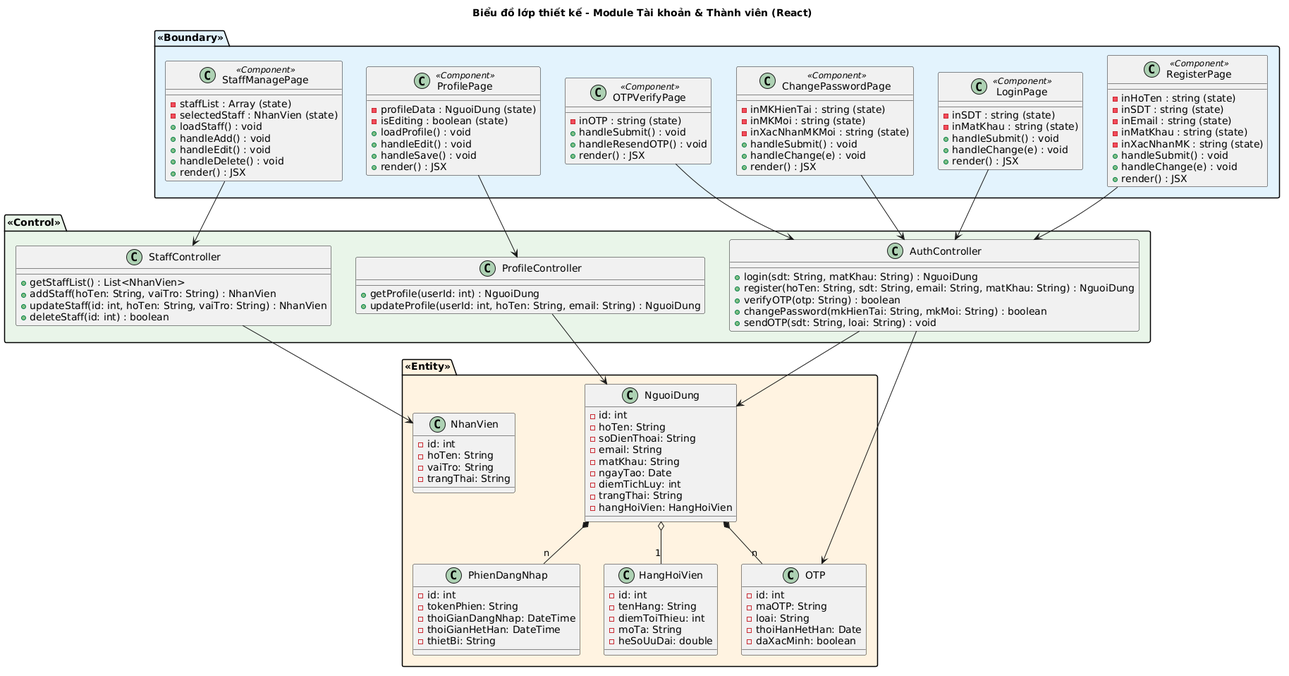
This is output/diagrams/account_mvc_class.png from thanhtrnnn/cnpm, a PlantUML export, as it was before one commit.
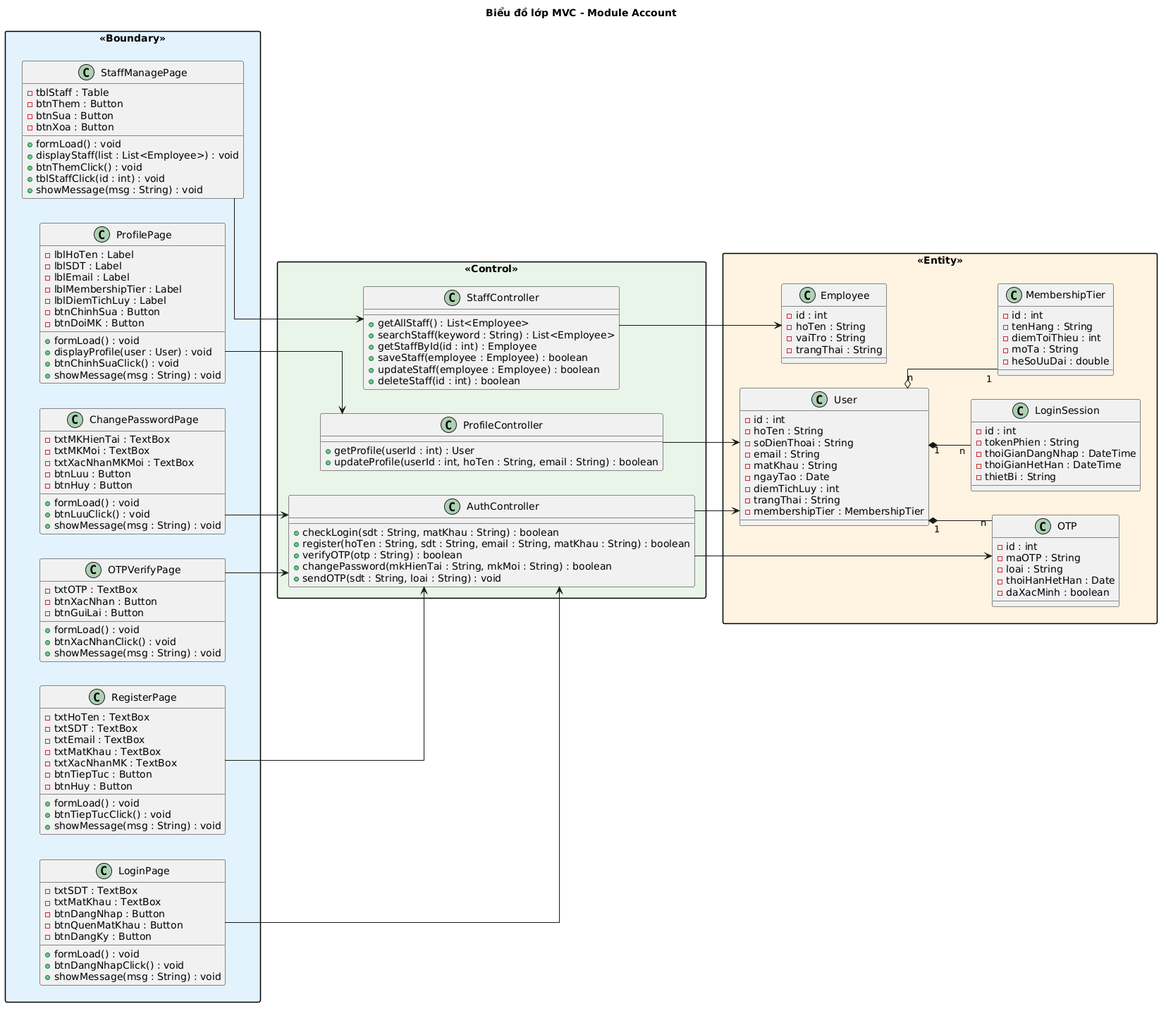
Above is the later version.

Diff of the diagram source:
```diff
@@ -1,115 +1,144 @@
 @startuml
-title Biểu đồ lớp thiết kế - Module Tài khoản & Thành viên (React)
+title Biểu đồ lớp MVC - Module Account
+
+left to right direction
+skinparam linetype ortho
+skinparam packageStyle rectangle
+skinparam packageMaxWidth 800
 
 package "<<Boundary>>" #E3F2FD {
-  class LoginPage <<Component>> {
-    -inSDT : string (state)
-    -inMatKhau : string (state)
-    +handleSubmit() : void
-    +handleChange(e) : void
-    +render() : JSX
+  together {
+    class LoginPage {
+      -txtSDT : TextBox
+      -txtMatKhau : TextBox
+      -btnDangNhap : Button
+      -btnQuenMatKhau : Button
+      -btnDangKy : Button
+      +formLoad() : void
+      +btnDangNhapClick() : void
+      +showMessage(msg : String) : void
+    }
+    class RegisterPage {
+      -txtHoTen : TextBox
+      -txtSDT : TextBox
+      -txtEmail : TextBox
+      -txtMatKhau : TextBox
+      -txtXacNhanMK : TextBox
+      -btnTiepTuc : Button
+      -btnHuy : Button
+      +formLoad() : void
+      +btnTiepTucClick() : void
+      +showMessage(msg : String) : void
+    }
+    class OTPVerifyPage {
+      -txtOTP : TextBox
+      -btnXacNhan : Button
+      -btnGuiLai : Button
+      +formLoad() : void
+      +btnXacNhanClick() : void
+      +showMessage(msg : String) : void
+    }
   }
-  class RegisterPage <<Component>> {
-    -inHoTen : string (state)
-    -inSDT : string (state)
-    -inEmail : string (state)
-    -inMatKhau : string (state)
-    -inXacNhanMK : string (state)
-    +handleSubmit() : void
-    +handleChange(e) : void
-    +render() : JSX
-  }
-  class OTPVerifyPage <<Component>> {
-    -inOTP : string (state)
-    +handleSubmit() : void
-    +handleResendOTP() : void
-    +render() : JSX
-  }
-  class ChangePasswordPage <<Component>> {
-    -inMKHienTai : string (state)
-    -inMKMoi : string (state)
-    -inXacNhanMKMoi : string (state)
-    +handleSubmit() : void
-    +handleChange(e) : void
-    +render() : JSX
-  }
-  class ProfilePage <<Component>> {
-    -profileData : NguoiDung (state)
-    -isEditing : boolean (state)
-    +loadProfile() : void
-    +handleEdit() : void
-    +handleSave() : void
-    +render() : JSX
-  }
-  class StaffManagePage <<Component>> {
-    -staffList : Array (state)
-    -selectedStaff : NhanVien (state)
-    +loadStaff() : void
-    +handleAdd() : void
-    +handleEdit() : void
-    +handleDelete() : void
-    +render() : JSX
+  together {
+    class ChangePasswordPage {
+      -txtMKHienTai : TextBox
+      -txtMKMoi : TextBox
+      -txtXacNhanMKMoi : TextBox
+      -btnLuu : Button
+      -btnHuy : Button
+      +formLoad() : void
+      +btnLuuClick() : void
+      +showMessage(msg : String) : void
+    }
+    class ProfilePage {
+      -lblHoTen : Label
+      -lblSDT : Label
+      -lblEmail : Label
+      -lblMembershipTier : Label
+      -lblDiemTichLuy : Label
+      -btnChinhSua : Button
+      -btnDoiMK : Button
+      +formLoad() : void
+      +displayProfile(user : User) : void
+      +btnChinhSuaClick() : void
+      +showMessage(msg : String) : void
+    }
+    class StaffManagePage {
+      -tblStaff : Table
+      -btnThem : Button
+      -btnSua : Button
+      -btnXoa : Button
+      +formLoad() : void
+      +displayStaff(list : List<Employee>) : void
+      +btnThemClick() : void
+      +tblStaffClick(id : int) : void
+      +showMessage(msg : String) : void
+    }
   }
 }
 
 package "<<Control>>" #E8F5E9 {
   class AuthController {
-    +login(sdt: String, matKhau: String) : NguoiDung
-    +register(hoTen: String, sdt: String, email: String, matKhau: String) : NguoiDung
-    +verifyOTP(otp: String) : boolean
-    +changePassword(mkHienTai: String, mkMoi: String) : boolean
-    +sendOTP(sdt: String, loai: String) : void
+    +checkLogin(sdt : String, matKhau : String) : boolean
+    +register(hoTen : String, sdt : String, email : String, matKhau : String) : boolean
+    +verifyOTP(otp : String) : boolean
+    +changePassword(mkHienTai : String, mkMoi : String) : boolean
+    +sendOTP(sdt : String, loai : String) : void
   }
   class ProfileController {
-    +getProfile(userId: int) : NguoiDung
-    +updateProfile(userId: int, hoTen: String, email: String) : NguoiDung
+    +getProfile(userId : int) : User
+    +updateProfile(userId : int, hoTen : String, email : String) : boolean
   }
   class StaffController {
-    +getStaffList() : List<NhanVien>
-    +addStaff(hoTen: String, vaiTro: String) : NhanVien
-    +updateStaff(id: int, hoTen: String, vaiTro: String) : NhanVien
-    +deleteStaff(id: int) : boolean
+    +getAllStaff() : List<Employee>
+    +searchStaff(keyword : String) : List<Employee>
+    +getStaffById(id : int) : Employee
+    +saveStaff(employee : Employee) : boolean
+    +updateStaff(employee : Employee) : boolean
+    +deleteStaff(id : int) : boolean
   }
 }
 
 package "<<Entity>>" #FFF3E0 {
-  class NguoiDung {
-    -id: int
-    -hoTen: String
-    -soDienThoai: String
-    -email: String
-    -matKhau: String
-    -ngayTao: Date
-    -diemTichLuy: int
-    -trangThai: String
-    -hangHoiVien: HangHoiVien
-  }
-  class HangHoiVien {
-    -id: int
-    -tenHang: String
-    -diemToiThieu: int
-    -moTa: String
-    -heSoUuDai: double
-  }
-  class OTP {
-    -id: int
-    -maOTP: String
-    -loai: String
-    -thoiHanHetHan: Date
-    -daXacMinh: boolean
-  }
-  class PhienDangNhap {
-    -id: int
-    -tokenPhien: String
-    -thoiGianDangNhap: DateTime
-    -thoiGianHetHan: DateTime
-    -thietBi: String
-  }
-  class NhanVien {
-    -id: int
-    -hoTen: String
-    -vaiTro: String
-    -trangThai: String
+  together {
+    class User {
+      -id : int
+      -hoTen : String
+      -soDienThoai : String
+      -email : String
+      -matKhau : String
+      -ngayTao : Date
+      -diemTichLuy : int
+      -trangThai : String
+      -membershipTier : MembershipTier
+    }
+    class MembershipTier {
+      -id : int
+      -tenHang : String
+      -diemToiThieu : int
+      -moTa : String
+      -heSoUuDai : double
+    }
+    class OTP {
+      -id : int
+      -maOTP : String
+      -loai : String
+      -thoiHanHetHan : Date
+      -daXacMinh : boolean
+    }
+    class LoginSession {
+      -id : int
+      -tokenPhien : String
+      -thoiGianDangNhap : DateTime
+      -thoiGianHetHan : DateTime
+      -thietBi : String
+    }
+    class Employee {
+      -id : int
+      -hoTen : String
+      -vaiTro : String
+      -trangThai : String
+    }
   }
 }
 
@@ -120,12 +149,12 @@
 ProfilePage --> ProfileController
 StaffManagePage --> StaffController
 
-AuthController --> NguoiDung
+AuthController --> User
 AuthController --> OTP
-ProfileController --> NguoiDung
-StaffController --> NhanVien
+ProfileController --> User
+StaffController --> Employee
 
-NguoiDung o-- "1" HangHoiVien
-NguoiDung *-- "n" OTP
-NguoiDung *-- "n" PhienDangNhap
+User "n" o-- "1" MembershipTier
+User "1" *-- "n" OTP
+User "1" *-- "n" LoginSession
 @enduml
```
